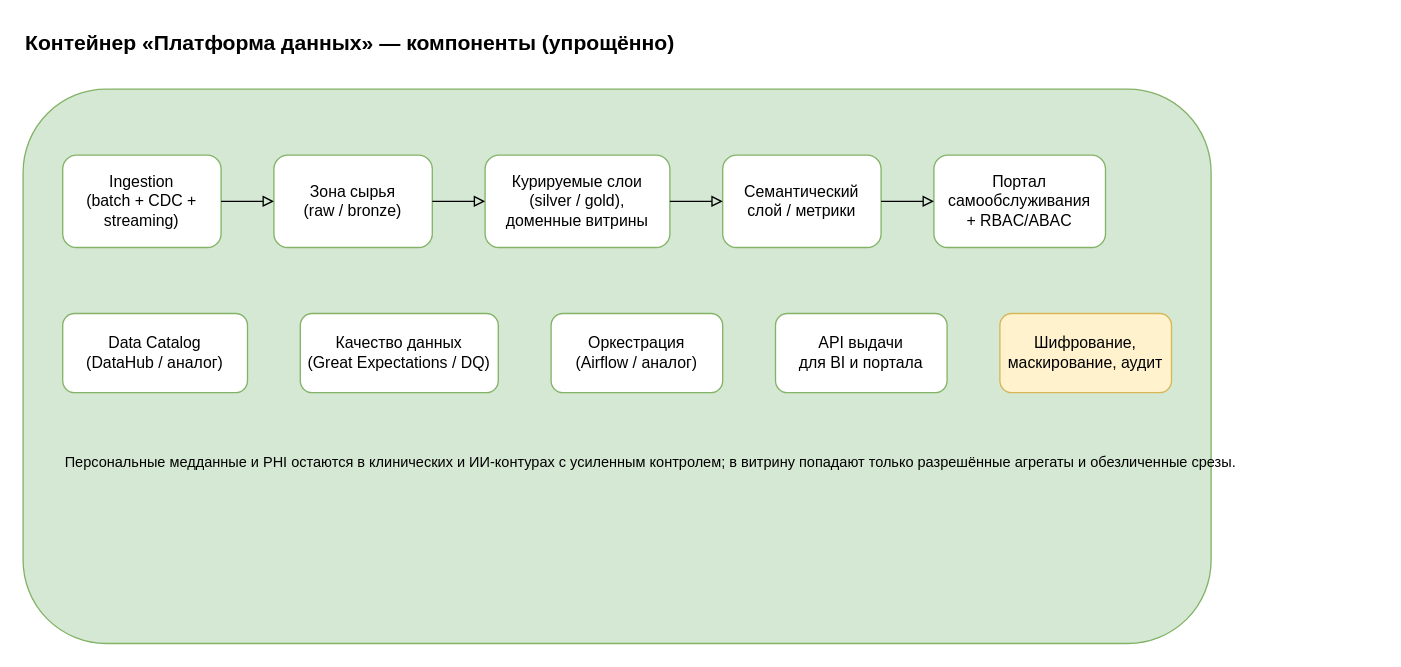
Before: page "C4 — компоненты: платформа данных" (2 of 2) of Task3/c4-future-2-0.drawio in Factotum8/architecture-future_2_0, a draw.io diagram. Source tidied: cells renumbered, new cells numbered last; positions are measured from the earlier drawing's top-left corner, leaving out a move shared by most shapes. Both pictures are drawn from the tidied source at 132%, with x=0, y=0 at pixel (22, 22).
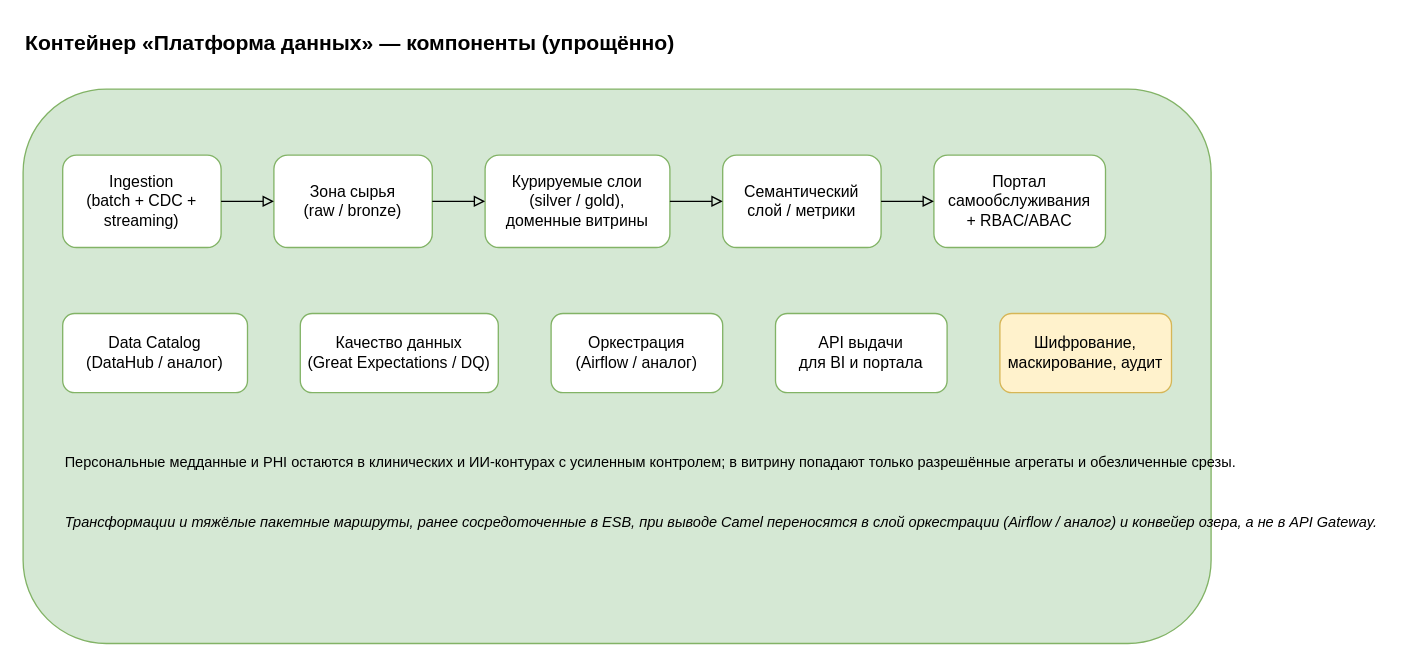
Above is the later version.

Diff of the diagram source:
```diff
@@
 <mxGraphModel>
   <root>
     <mxCell id="0" />
     <mxCell id="1" parent="0" />
     <mxCell id="2" value="Контейнер «Платформа данных» — компоненты (упрощённо)" style="text;html=1;strokeColor=none;fillColor=none;align=left;verticalAlign=middle;fontSize=16;fontStyle=1;" parent="1" vertex="1">
       <mxGeometry width="700" height="30" as="geometry" />
     </mxCell>
     <mxCell id="3" style="rounded=1;whiteSpace=wrap;html=1;fillColor=#d5e8d4;strokeColor=#82b366;verticalAlign=top;spacingTop=8;" parent="1" vertex="1">
       <mxGeometry y="50" width="900" height="420" as="geometry" />
     </mxCell>
     <mxCell id="4" value="Ingestion&#10;(batch + CDC +&#10;streaming)" style="rounded=1;whiteSpace=wrap;html=1;fillColor=#ffffff;strokeColor=#82b366;" parent="1" vertex="1">
       <mxGeometry x="30" y="100" width="120" height="70" as="geometry" />
     </mxCell>
     <mxCell id="5" value="Зона сырья&#10;(raw / bronze)" style="rounded=1;whiteSpace=wrap;html=1;fillColor=#ffffff;strokeColor=#82b366;" parent="1" vertex="1">
       <mxGeometry x="190" y="100" width="120" height="70" as="geometry" />
     </mxCell>
     <mxCell id="6" value="Курируемые слои&#10;(silver / gold),&#10;доменные витрины" style="rounded=1;whiteSpace=wrap;html=1;fillColor=#ffffff;strokeColor=#82b366;" parent="1" vertex="1">
       <mxGeometry x="350" y="100" width="140" height="70" as="geometry" />
     </mxCell>
     <mxCell id="7" value="Семантический&#10;слой / метрики" style="rounded=1;whiteSpace=wrap;html=1;fillColor=#ffffff;strokeColor=#82b366;" parent="1" vertex="1">
       <mxGeometry x="530" y="100" width="120" height="70" as="geometry" />
     </mxCell>
     <mxCell id="8" value="Портал&#10;самообслуживания&#10;+ RBAC/ABAC" style="rounded=1;whiteSpace=wrap;html=1;fillColor=#ffffff;strokeColor=#82b366;" parent="1" vertex="1">
       <mxGeometry x="690" y="100" width="130" height="70" as="geometry" />
     </mxCell>
     <mxCell id="9" value="Data Catalog&#10;(DataHub / аналог)" style="rounded=1;whiteSpace=wrap;html=1;fillColor=#ffffff;strokeColor=#82b366;" parent="1" vertex="1">
       <mxGeometry x="30" y="220" width="140" height="60" as="geometry" />
     </mxCell>
     <mxCell id="10" value="Качество данных&#10;(Great Expectations / DQ)" style="rounded=1;whiteSpace=wrap;html=1;fillColor=#ffffff;strokeColor=#82b366;" parent="1" vertex="1">
       <mxGeometry x="210" y="220" width="150" height="60" as="geometry" />
     </mxCell>
     <mxCell id="11" value="Оркестрация&#10;(Airflow / аналог)" style="rounded=1;whiteSpace=wrap;html=1;fillColor=#ffffff;strokeColor=#82b366;" parent="1" vertex="1">
       <mxGeometry x="400" y="220" width="130" height="60" as="geometry" />
     </mxCell>
     <mxCell id="12" value="API выдачи&#10;для BI и портала" style="rounded=1;whiteSpace=wrap;html=1;fillColor=#ffffff;strokeColor=#82b366;" parent="1" vertex="1">
       <mxGeometry x="570" y="220" width="130" height="60" as="geometry" />
     </mxCell>
     <mxCell id="13" value="Шифрование,&#10;маскирование, аудит" style="rounded=1;whiteSpace=wrap;html=1;fillColor=#fff2cc;strokeColor=#d6b656;" parent="1" vertex="1">
       <mxGeometry x="740" y="220" width="130" height="60" as="geometry" />
     </mxCell>
     <mxCell id="14" style="edgeStyle=orthogonalEdgeStyle;rounded=0;html=1;endArrow=block;endFill=0;" parent="1" edge="1" source="4" target="5">
       <mxGeometry relative="1" as="geometry" />
     </mxCell>
     <mxCell id="15" style="edgeStyle=orthogonalEdgeStyle;rounded=0;html=1;endArrow=block;endFill=0;" parent="1" edge="1" source="5" target="6">
       <mxGeometry relative="1" as="geometry" />
     </mxCell>
     <mxCell id="16" style="edgeStyle=orthogonalEdgeStyle;rounded=0;html=1;endArrow=block;endFill=0;" parent="1" edge="1" source="6" target="7">
       <mxGeometry relative="1" as="geometry" />
     </mxCell>
     <mxCell id="17" style="edgeStyle=orthogonalEdgeStyle;rounded=0;html=1;endArrow=block;endFill=0;" parent="1" edge="1" source="7" target="8">
       <mxGeometry relative="1" as="geometry" />
     </mxCell>
     <mxCell id="18" value="Персональные медданные и PHI остаются в клинических и ИИ-контурах с усиленным контролем; в витрину попадают только разрешённые агрегаты и обезличенные срезы." style="text;html=1;strokeColor=none;fillColor=none;align=left;verticalAlign=top;fontSize=11;" parent="1" vertex="1">
       <mxGeometry x="30" y="320" width="780" height="40" as="geometry" />
     </mxCell>
+    <mxCell id="19" value="Трансформации и тяжёлые пакетные маршруты, ранее сосредоточенные в ESB, при выводе Camel переносятся в слой оркестрации (Airflow / аналог) и конвейер озера, а не в API Gateway." style="text;html=1;strokeColor=none;fillColor=none;align=left;verticalAlign=top;fontSize=11;fontStyle=2;" parent="1" vertex="1">
+      <mxGeometry x="30" y="365" width="820" height="36" as="geometry" />
+    </mxCell>
   </root>
 </mxGraphModel>
```
